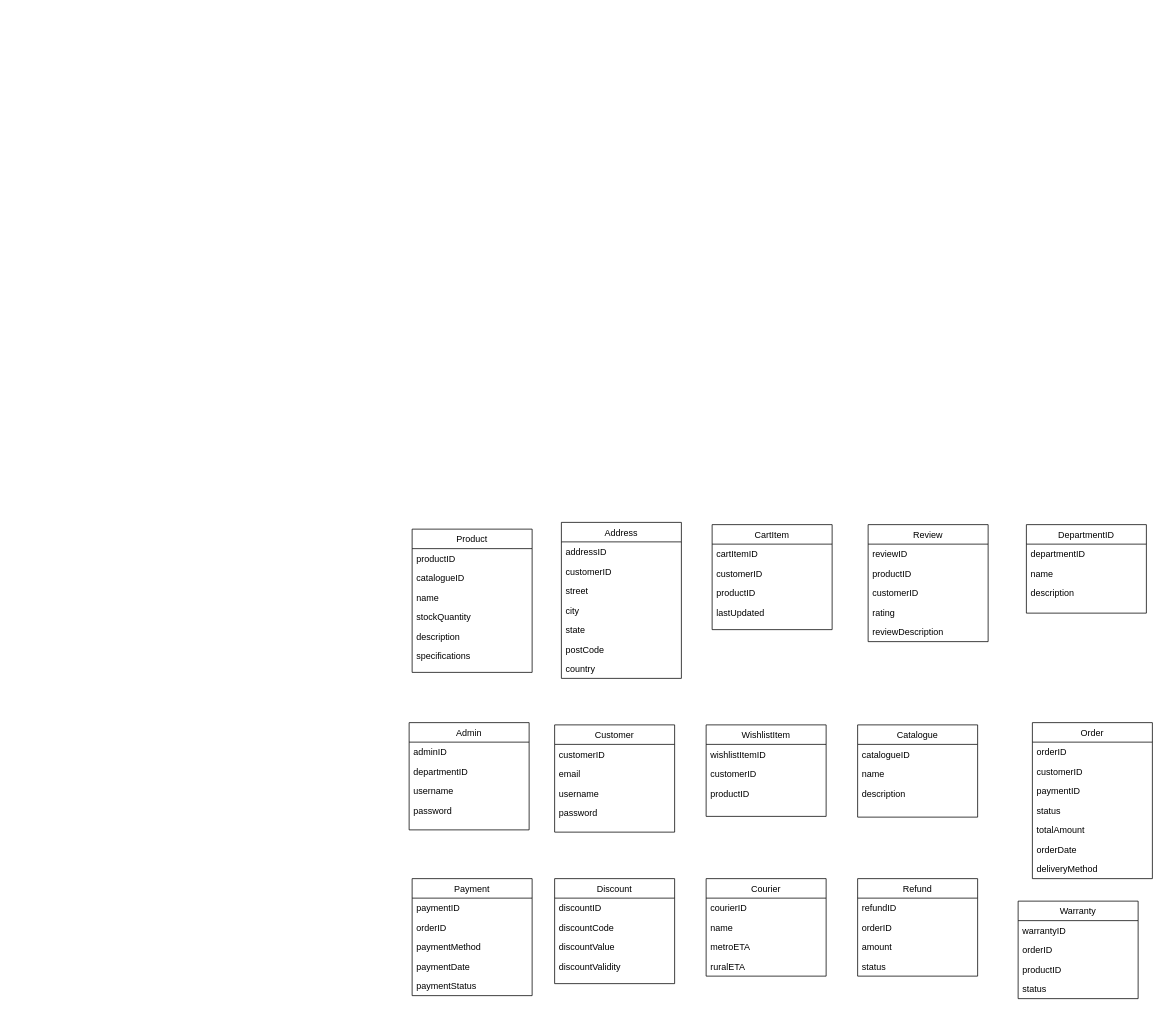
The draw.io diagram ITC211 System Analysis and Design/Untitled Diagram.drawio in Sam-WebP/CSU, before the edit. Source tidied: cells renumbered, new cells numbered last; positions are measured from the earlier drawing's top-left corner, leaving out a move shared by most shapes. Both pictures are drawn from the tidied source at 75%, with x=0, y=0 at pixel (409, 522).
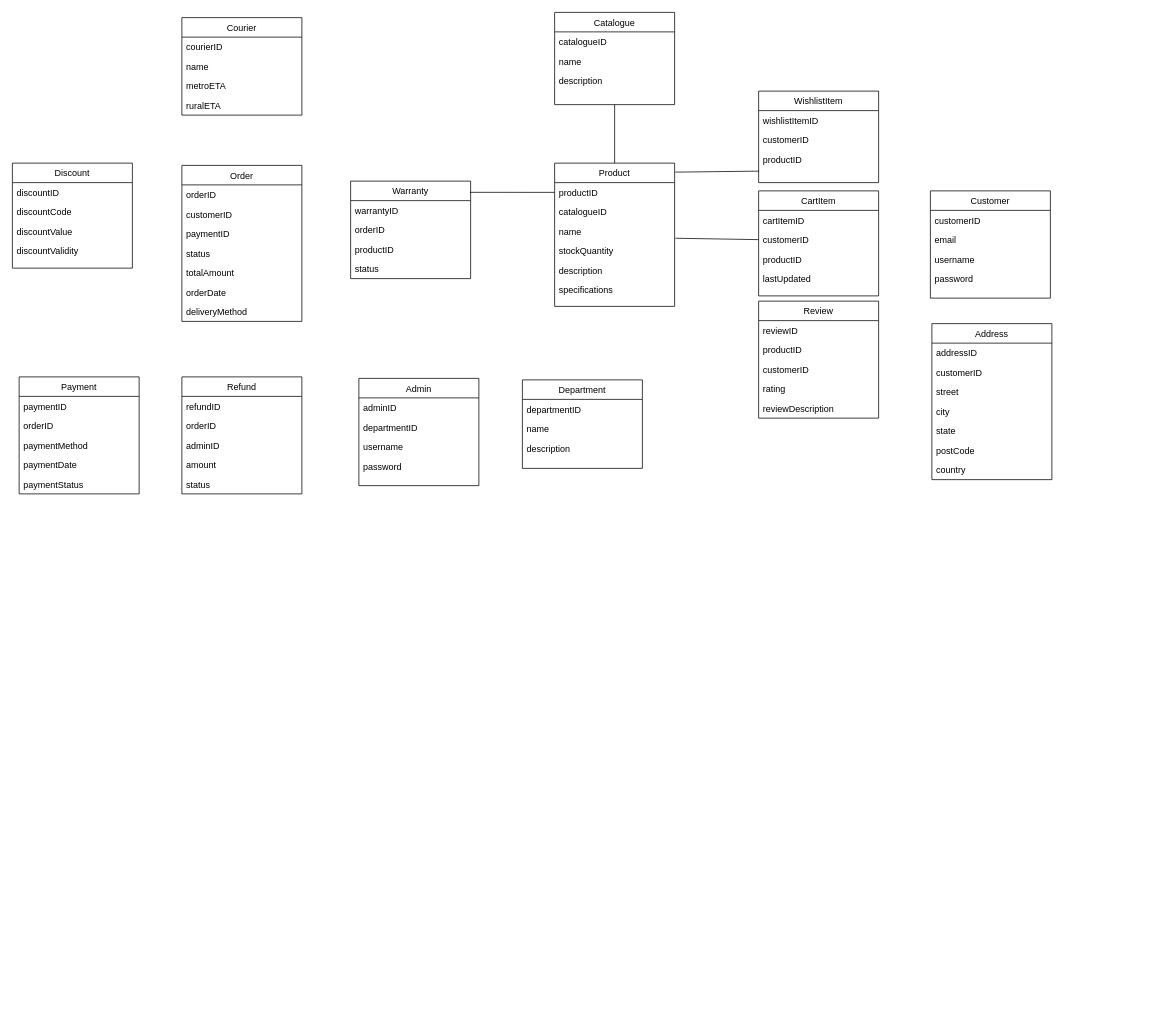
Above is the later version.

Commit message:
Positioned the classes for relationships.drawio

The change refers to these unchanged cells:
```xml
<mxCell id="22" value="productID" style="text;align=left;verticalAlign=top;spacingLeft=4;spacingRight=4;overflow=hidden;points=[[0,0.5],[1,0.5]];portConstraint=eastwest;rounded=0;shadow=0;html=0;" parent="21" vertex="1">
  <mxGeometry y="26" width="160" height="26" as="geometry" />
</mxCell>
<mxCell id="25" value="stockQuantity" style="text;align=left;verticalAlign=top;spacingLeft=4;spacingRight=4;overflow=hidden;points=[[0,0.5],[1,0.5]];portConstraint=eastwest;rounded=0;shadow=0;html=0;" parent="21" vertex="1">
  <mxGeometry y="104" width="160" height="26" as="geometry" />
</mxCell>
<mxCell id="34" value="customerID" style="text;align=left;verticalAlign=top;spacingLeft=4;spacingRight=4;overflow=hidden;points=[[0,0.5],[1,0.5]];portConstraint=eastwest;" parent="32" vertex="1">
  <mxGeometry y="52" width="160" height="26" as="geometry" />
</mxCell>
<mxCell id="40" value="productID" style="text;align=left;verticalAlign=top;spacingLeft=4;spacingRight=4;overflow=hidden;points=[[0,0.5],[1,0.5]];portConstraint=eastwest;rounded=0;shadow=0;html=0;" parent="37" vertex="1">
  <mxGeometry y="78" width="160" height="26" as="geometry" />
</mxCell>
```

Diff of the diagram source:
```diff
@@
     <mxCell id="2" value="Customer" style="swimlane;fontStyle=0;align=center;verticalAlign=top;horizontal=1;startSize=26;rounded=0;shadow=0;strokeWidth=1;" parent="1" vertex="1">
-      <mxGeometry x="194" y="270" width="160" height="143" as="geometry" />
+      <mxGeometry x="695" y="-442" width="160" height="143" as="geometry" />
     </mxCell>
@@
     <mxCell id="7" value="Address" style="swimlane;fontStyle=0;align=center;verticalAlign=top;horizontal=1;startSize=26;rounded=0;shadow=0;strokeWidth=1;" parent="1" vertex="1">
-      <mxGeometry x="203" width="160" height="208" as="geometry" />
+      <mxGeometry x="697" y="-265" width="160" height="208" as="geometry" />
     </mxCell>
@@
     <mxCell id="15" value="Review" style="swimlane;fontStyle=0;align=center;verticalAlign=top;horizontal=1;startSize=26;rounded=0;shadow=0;strokeWidth=1;" parent="1" vertex="1">
-      <mxGeometry x="612" y="3" width="160" height="156" as="geometry" />
+      <mxGeometry x="466" y="-295" width="160" height="156" as="geometry" />
     </mxCell>
@@
     <mxCell id="21" value="Product" style="swimlane;fontStyle=0;align=center;verticalAlign=top;horizontal=1;startSize=26;rounded=0;shadow=0;strokeWidth=1;" parent="1" vertex="1">
-      <mxGeometry x="4" y="9" width="160" height="191" as="geometry" />
+      <mxGeometry x="194" y="-479" width="160" height="191" as="geometry" />
     </mxCell>
@@
     <mxCell id="28" value="Catalogue" style="swimlane;fontStyle=0;align=center;verticalAlign=top;horizontal=1;startSize=26;rounded=0;shadow=0;strokeWidth=1;" parent="1" vertex="1">
-      <mxGeometry x="598" y="270" width="160" height="123" as="geometry" />
+      <mxGeometry x="194" y="-680" width="160" height="123" as="geometry" />
     </mxCell>
@@
     <mxCell id="32" value="CartItem" style="swimlane;fontStyle=0;align=center;verticalAlign=top;horizontal=1;startSize=26;rounded=0;shadow=0;strokeWidth=1;" parent="1" vertex="1">
-      <mxGeometry x="404" y="3" width="160" height="140" as="geometry" />
+      <mxGeometry x="466" y="-442" width="160" height="140" as="geometry" />
     </mxCell>
@@
     <mxCell id="37" value="WishlistItem" style="swimlane;fontStyle=0;align=center;verticalAlign=top;horizontal=1;startSize=26;rounded=0;shadow=0;strokeWidth=1;" parent="1" vertex="1">
-      <mxGeometry x="396" y="270" width="160" height="122" as="geometry" />
+      <mxGeometry x="466" y="-575" width="160" height="122" as="geometry" />
     </mxCell>
@@
     <mxCell id="41" value="Admin" style="swimlane;fontStyle=0;align=center;verticalAlign=top;horizontal=1;startSize=26;rounded=0;shadow=0;strokeWidth=1;" parent="1" vertex="1">
-      <mxGeometry y="267" width="160" height="143" as="geometry" />
+      <mxGeometry x="-67" y="-192" width="160" height="143" as="geometry" />
     </mxCell>
@@
-    <mxCell id="46" value="DepartmentID" style="swimlane;fontStyle=0;align=center;verticalAlign=top;horizontal=1;startSize=26;rounded=0;shadow=0;strokeWidth=1;" parent="1" vertex="1">
-      <mxGeometry x="823" y="3" width="160" height="118" as="geometry" />
+    <mxCell id="46" value="Department" style="swimlane;fontStyle=0;align=center;verticalAlign=top;horizontal=1;startSize=26;rounded=0;shadow=0;strokeWidth=1;" parent="1" vertex="1">
+      <mxGeometry x="151" y="-190" width="160" height="118" as="geometry" />
     </mxCell>
@@
     <mxCell id="50" value="Order" style="swimlane;fontStyle=0;align=center;verticalAlign=top;horizontal=1;startSize=26;rounded=0;shadow=0;strokeWidth=1;" parent="1" vertex="1">
-      <mxGeometry x="831" y="267" width="160" height="208" as="geometry" />
+      <mxGeometry x="-303" y="-476" width="160" height="208" as="geometry" />
     </mxCell>
@@
     <mxCell id="58" value="Payment" style="swimlane;fontStyle=0;align=center;verticalAlign=top;horizontal=1;startSize=26;rounded=0;shadow=0;strokeWidth=1;" parent="1" vertex="1">
-      <mxGeometry x="4" y="475" width="160" height="156" as="geometry" />
+      <mxGeometry x="-520" y="-194" width="160" height="156" as="geometry" />
     </mxCell>
@@
     <mxCell id="64" value="Discount" style="swimlane;fontStyle=0;align=center;verticalAlign=top;horizontal=1;startSize=26;rounded=0;shadow=0;strokeWidth=1;" parent="1" vertex="1">
-      <mxGeometry x="194" y="475" width="160" height="140" as="geometry" />
+      <mxGeometry x="-529" y="-479" width="160" height="140" as="geometry" />
     </mxCell>
@@
     <mxCell id="69" value="Courier" style="swimlane;fontStyle=0;align=center;verticalAlign=top;horizontal=1;startSize=26;rounded=0;shadow=0;strokeWidth=1;" parent="1" vertex="1">
-      <mxGeometry x="396" y="475" width="160" height="130" as="geometry" />
+      <mxGeometry x="-303" y="-673" width="160" height="130" as="geometry" />
     </mxCell>
@@
     <mxCell id="74" value="Refund" style="swimlane;fontStyle=0;align=center;verticalAlign=top;horizontal=1;startSize=26;rounded=0;shadow=0;strokeWidth=1;" parent="1" vertex="1">
-      <mxGeometry x="598" y="475" width="160" height="130" as="geometry" />
+      <mxGeometry x="-303" y="-194" width="160" height="156" as="geometry" />
     </mxCell>
@@
+    <mxCell id="84" value="adminID" style="text;align=left;verticalAlign=top;spacingLeft=4;spacingRight=4;overflow=hidden;" parent="74" vertex="1">
+      <mxGeometry y="78" width="160" height="26" as="geometry" />
+    </mxCell>
     <mxCell id="77" value="amount" style="text;align=left;verticalAlign=top;spacingLeft=4;spacingRight=4;overflow=hidden;rounded=0;shadow=0;html=0;" parent="74" vertex="1">
-      <mxGeometry y="78" width="160" height="26" as="geometry" />
+      <mxGeometry y="104" width="160" height="26" as="geometry" />
     </mxCell>
     <mxCell id="78" value="status" style="text;align=left;verticalAlign=top;spacingLeft=4;spacingRight=4;overflow=hidden;rounded=0;shadow=0;html=0;" parent="74" vertex="1">
-      <mxGeometry y="104" width="160" height="26" as="geometry" />
+      <mxGeometry y="130" width="160" height="26" as="geometry" />
     </mxCell>
     <mxCell id="79" value="Warranty" style="swimlane;fontStyle=0;align=center;verticalAlign=top;horizontal=1;startSize=26;rounded=0;shadow=0;strokeWidth=1;" parent="1" vertex="1">
-      <mxGeometry x="812" y="505" width="160" height="130" as="geometry" />
+      <mxGeometry x="-78" y="-455" width="160" height="130" as="geometry" />
     </mxCell>
@@
+    <mxCell id="85" style="endArrow=none;html=1;rounded=0;exitX=0;exitY=0.5;exitDx=0;exitDy=0;entryX=0.994;entryY=0.115;entryDx=0;entryDy=0;entryPerimeter=0;" parent="1" edge="1" source="22" target="79">
+      <mxGeometry relative="1" as="geometry" />
+    </mxCell>
+    <mxCell id="86" style="endArrow=none;html=1;rounded=0;exitX=0.5;exitY=0;exitDx=0;exitDy=0;entryX=0.5;entryY=1;entryDx=0;entryDy=0;" parent="1" edge="1" source="21" target="28">
+      <mxGeometry relative="1" as="geometry" />
+    </mxCell>
+    <mxCell id="87" style="endArrow=none;html=1;rounded=0;exitX=0.004;exitY=1.103;exitDx=0;exitDy=0;exitPerimeter=0;" parent="1" edge="1" source="40">
+      <mxGeometry relative="1" as="geometry">
+        <mxPoint x="355" y="-467" as="targetPoint" />
+      </mxGeometry>
+    </mxCell>
+    <mxCell id="88" style="endArrow=none;html=1;rounded=0;exitX=0;exitY=0.5;exitDx=0;exitDy=0;entryX=1.007;entryY=-0.148;entryDx=0;entryDy=0;entryPerimeter=0;" parent="1" edge="1" source="34" target="25">
+      <mxGeometry relative="1" as="geometry" />
+    </mxCell>
```
